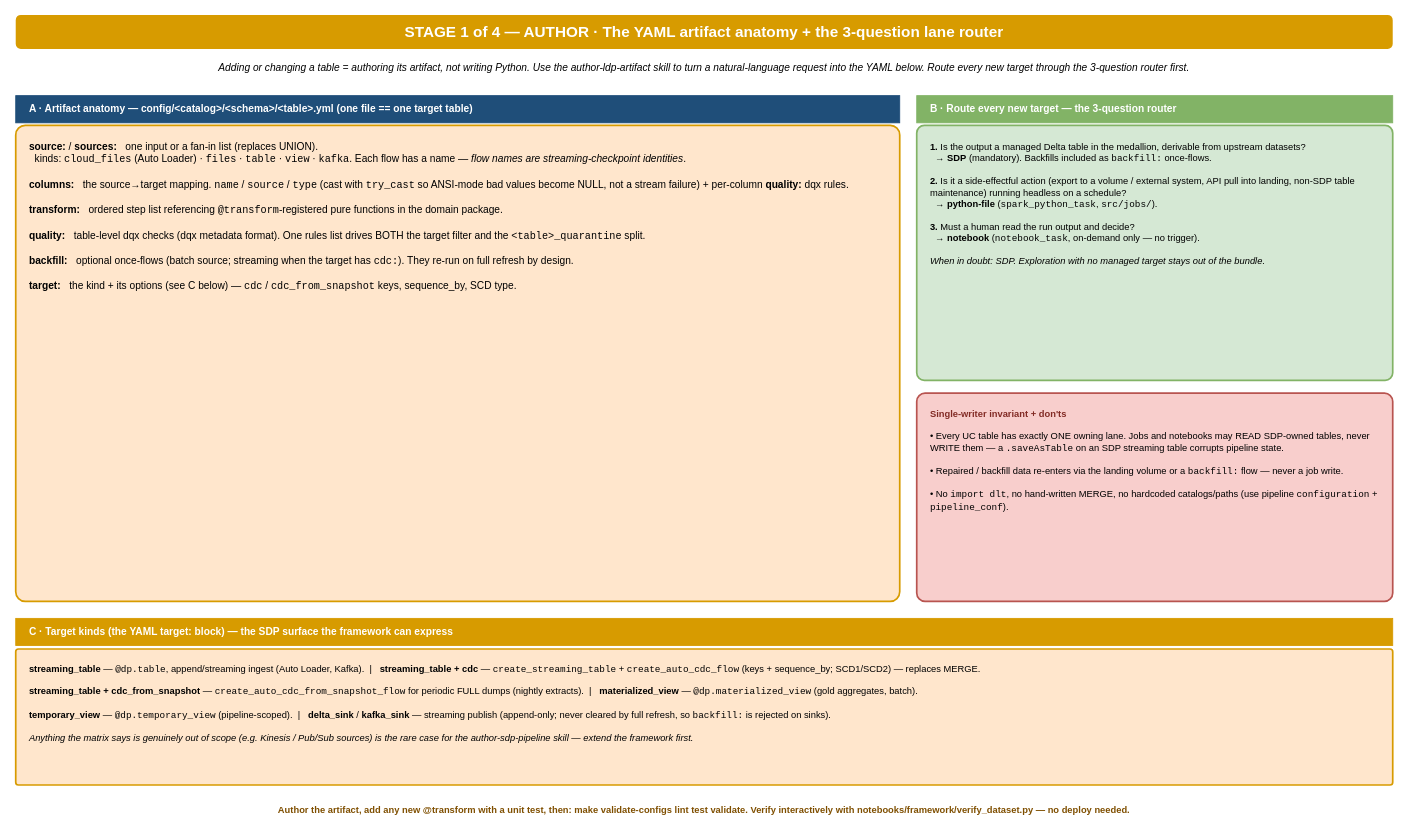
Before: page "2 - AUTHOR - Artifact + lane router" (2 of 5) of design/01_design_config_driven_medallion.drawio in Vegash09/Demo_Lab, a draw.io diagram. Source tidied: cells renumbered, new cells numbered last; positions are measured from the earlier drawing's top-left corner, leaving out a move shared by most shapes. Both pictures are drawn from the tidied source at 85%, with x=0, y=0 at pixel (15, 14).
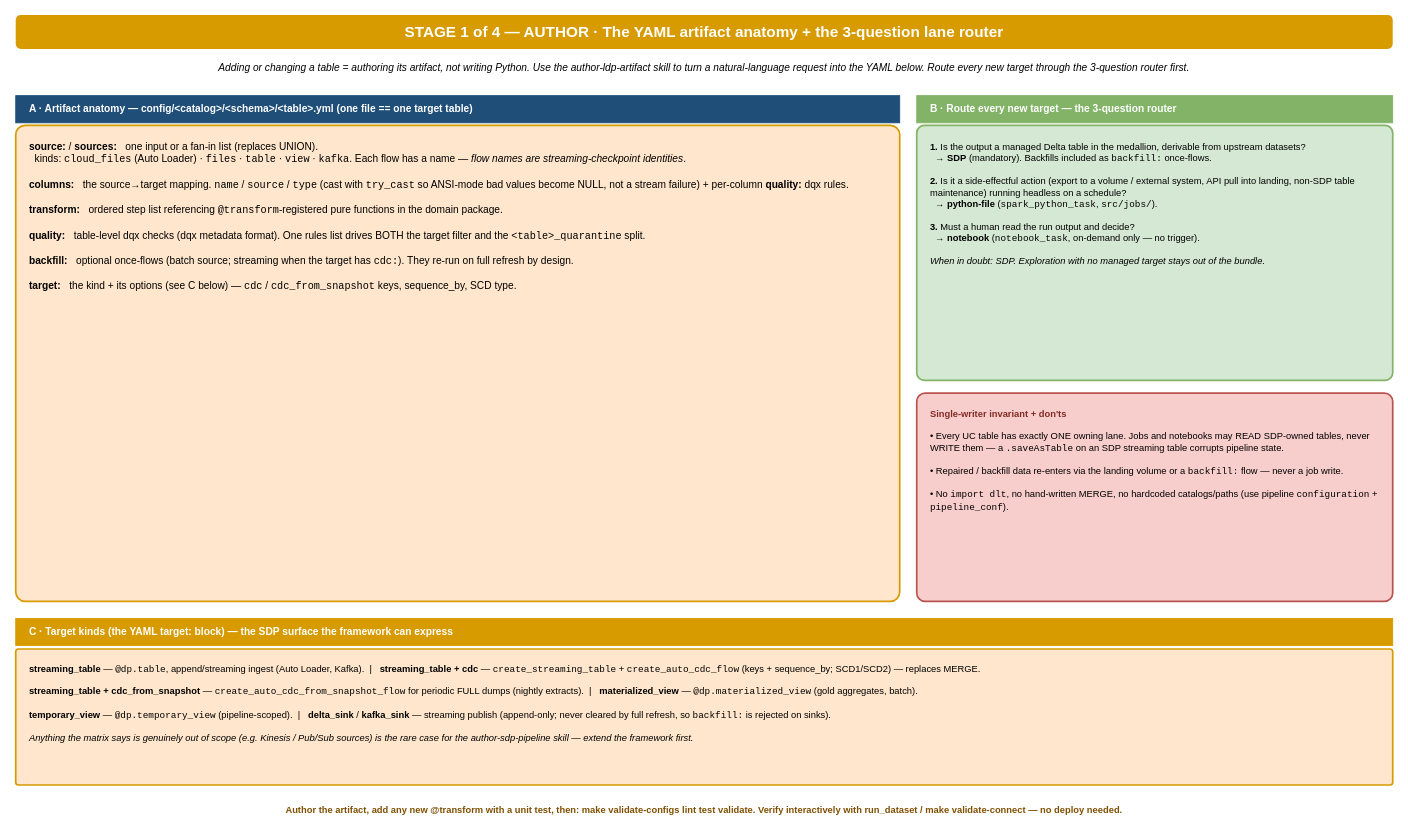
After the change.

Diff of the diagram source:
```diff
@@
 <mxGraphModel>
   <root>
     <mxCell id="0" />
     <mxCell id="1" parent="0" />
     <mxCell id="2" value="STAGE 1 of 4  —  AUTHOR  ·  The YAML artifact anatomy + the 3-question lane router" style="text;html=1;strokeColor=none;fillColor=#D79B00;fontColor=#FFFFFF;align=center;verticalAlign=middle;whiteSpace=wrap;rounded=1;fontSize=18;fontStyle=1;" parent="1" vertex="1">
       <mxGeometry width="1620" height="40" as="geometry" />
     </mxCell>
     <mxCell id="3" value="Adding or changing a table = authoring its artifact, not writing Python. Use the author-ldp-artifact skill to turn a natural-language request into the YAML below. Route every new target through the 3-question router first." style="text;html=1;align=center;verticalAlign=middle;whiteSpace=wrap;fontSize=12;fontStyle=2;" parent="1" vertex="1">
       <mxGeometry y="45" width="1620" height="34" as="geometry" />
     </mxCell>
     <mxCell id="4" value="A  ·  Artifact anatomy  —  config/&amp;lt;catalog&amp;gt;/&amp;lt;schema&amp;gt;/&amp;lt;table&amp;gt;.yml  (one file == one target table)" style="rounded=0;whiteSpace=wrap;html=1;fillColor=#1F4E79;strokeColor=#1F4E79;fontColor=#FFFFFF;align=left;verticalAlign=middle;spacingLeft=14;fontSize=12;fontStyle=1;" parent="1" vertex="1">
       <mxGeometry y="95" width="1040" height="32" as="geometry" />
     </mxCell>
     <mxCell id="5" value="&lt;b&gt;source:&lt;/b&gt; / &lt;b&gt;sources:&lt;/b&gt;&amp;nbsp;&amp;nbsp; one input or a fan-in list (replaces UNION).&lt;br&gt;&amp;nbsp;&amp;nbsp;kinds: &lt;tt&gt;cloud_files&lt;/tt&gt; (Auto Loader) · &lt;tt&gt;files&lt;/tt&gt; · &lt;tt&gt;table&lt;/tt&gt; · &lt;tt&gt;view&lt;/tt&gt; · &lt;tt&gt;kafka&lt;/tt&gt;. Each flow has a name — &lt;i&gt;flow names are streaming-checkpoint identities&lt;/i&gt;.&lt;br&gt;&lt;br&gt;&lt;b&gt;columns:&lt;/b&gt;&amp;nbsp;&amp;nbsp; the source→target mapping. &lt;tt&gt;name&lt;/tt&gt; / &lt;tt&gt;source&lt;/tt&gt; / &lt;tt&gt;type&lt;/tt&gt; (cast with &lt;tt&gt;try_cast&lt;/tt&gt; so ANSI-mode bad values become NULL, not a stream failure) + per-column &lt;b&gt;quality:&lt;/b&gt; dqx rules.&lt;br&gt;&lt;br&gt;&lt;b&gt;transform:&lt;/b&gt;&amp;nbsp;&amp;nbsp; ordered step list referencing &lt;tt&gt;@transform&lt;/tt&gt;-registered pure functions in the domain package.&lt;br&gt;&lt;br&gt;&lt;b&gt;quality:&lt;/b&gt;&amp;nbsp;&amp;nbsp; table-level dqx checks (dqx metadata format). One rules list drives BOTH the target filter and the &lt;tt&gt;&amp;lt;table&amp;gt;_quarantine&lt;/tt&gt; split.&lt;br&gt;&lt;br&gt;&lt;b&gt;backfill:&lt;/b&gt;&amp;nbsp;&amp;nbsp; optional once-flows (batch source; streaming when the target has &lt;tt&gt;cdc:&lt;/tt&gt;). They re-run on full refresh by design.&lt;br&gt;&lt;br&gt;&lt;b&gt;target:&lt;/b&gt;&amp;nbsp;&amp;nbsp; the kind + its options (see C below) — &lt;tt&gt;cdc&lt;/tt&gt; / &lt;tt&gt;cdc_from_snapshot&lt;/tt&gt; keys, sequence_by, SCD type." style="rounded=1;whiteSpace=wrap;html=1;fillColor=#FFE6CC;strokeColor=#D79B00;strokeWidth=2;align=left;verticalAlign=top;spacingLeft=14;spacingTop=12;spacingRight=14;fontSize=12;arcSize=2;" parent="1" vertex="1">
       <mxGeometry y="130" width="1040" height="560" as="geometry" />
     </mxCell>
     <mxCell id="6" value="B  ·  Route every new target — the 3-question router" style="rounded=0;whiteSpace=wrap;html=1;fillColor=#82B366;strokeColor=#82B366;fontColor=#FFFFFF;align=left;verticalAlign=middle;spacingLeft=14;fontSize=12;fontStyle=1;" parent="1" vertex="1">
       <mxGeometry x="1060" y="95" width="560" height="32" as="geometry" />
     </mxCell>
     <mxCell id="7" value="&lt;b&gt;1.&lt;/b&gt; Is the output a managed Delta table in the medallion, derivable from upstream datasets?&lt;br&gt;&amp;nbsp;&amp;nbsp;→ &lt;b&gt;SDP&lt;/b&gt; (mandatory). Backfills included as &lt;tt&gt;backfill:&lt;/tt&gt; once-flows.&lt;br&gt;&lt;br&gt;&lt;b&gt;2.&lt;/b&gt; Is it a side-effectful action (export to a volume / external system, API pull into landing, non-SDP table maintenance) running headless on a schedule?&lt;br&gt;&amp;nbsp;&amp;nbsp;→ &lt;b&gt;python-file&lt;/b&gt; (&lt;tt&gt;spark_python_task&lt;/tt&gt;, &lt;tt&gt;src/jobs/&lt;/tt&gt;).&lt;br&gt;&lt;br&gt;&lt;b&gt;3.&lt;/b&gt; Must a human read the run output and decide?&lt;br&gt;&amp;nbsp;&amp;nbsp;→ &lt;b&gt;notebook&lt;/b&gt; (&lt;tt&gt;notebook_task&lt;/tt&gt;, on-demand only — no trigger).&lt;br&gt;&lt;br&gt;&lt;i&gt;When in doubt: SDP. Exploration with no managed target stays out of the bundle.&lt;/i&gt;" style="rounded=1;whiteSpace=wrap;html=1;fillColor=#D5E8D4;strokeColor=#82B366;strokeWidth=2;align=left;verticalAlign=top;spacingLeft=14;spacingTop=12;spacingRight=14;fontSize=11;arcSize=3;" parent="1" vertex="1">
       <mxGeometry x="1060" y="130" width="560" height="300" as="geometry" />
     </mxCell>
     <mxCell id="8" value="&lt;b style='color:#822B25;'&gt;Single-writer invariant + don'ts&lt;/b&gt;&lt;br&gt;&lt;br&gt;• Every UC table has exactly ONE owning lane. Jobs and notebooks may READ SDP-owned tables, never WRITE them — a &lt;tt&gt;.saveAsTable&lt;/tt&gt; on an SDP streaming table corrupts pipeline state.&lt;br&gt;&lt;br&gt;• Repaired / backfill data re-enters via the landing volume or a &lt;tt&gt;backfill:&lt;/tt&gt; flow — never a job write.&lt;br&gt;&lt;br&gt;• No &lt;tt&gt;import dlt&lt;/tt&gt;, no hand-written MERGE, no hardcoded catalogs/paths (use pipeline &lt;tt&gt;configuration&lt;/tt&gt; + &lt;tt&gt;pipeline_conf&lt;/tt&gt;)." style="rounded=1;whiteSpace=wrap;html=1;fillColor=#F8CECC;strokeColor=#B85450;strokeWidth=2;align=left;verticalAlign=top;spacingLeft=14;spacingTop=12;spacingRight=14;fontSize=11;arcSize=4;" parent="1" vertex="1">
       <mxGeometry x="1060" y="445" width="560" height="245" as="geometry" />
     </mxCell>
     <mxCell id="9" value="C  ·  Target kinds (the YAML target: block) — the SDP surface the framework can express" style="rounded=0;whiteSpace=wrap;html=1;fillColor=#D79B00;strokeColor=#D79B00;fontColor=#FFFFFF;align=left;verticalAlign=middle;spacingLeft=14;fontSize=12;fontStyle=1;" parent="1" vertex="1">
       <mxGeometry y="710" width="1620" height="32" as="geometry" />
     </mxCell>
     <mxCell id="10" value="&lt;b&gt;streaming_table&lt;/b&gt; — &lt;tt&gt;@dp.table&lt;/tt&gt;, append/streaming ingest (Auto Loader, Kafka).&amp;nbsp;&amp;nbsp;|&amp;nbsp;&amp;nbsp; &lt;b&gt;streaming_table + cdc&lt;/b&gt; — &lt;tt&gt;create_streaming_table&lt;/tt&gt; + &lt;tt&gt;create_auto_cdc_flow&lt;/tt&gt; (keys + sequence_by; SCD1/SCD2) — replaces MERGE.&lt;br&gt;&lt;br&gt;&lt;b&gt;streaming_table + cdc_from_snapshot&lt;/b&gt; — &lt;tt&gt;create_auto_cdc_from_snapshot_flow&lt;/tt&gt; for periodic FULL dumps (nightly extracts).&amp;nbsp;&amp;nbsp;|&amp;nbsp;&amp;nbsp; &lt;b&gt;materialized_view&lt;/b&gt; — &lt;tt&gt;@dp.materialized_view&lt;/tt&gt; (gold aggregates, batch).&lt;br&gt;&lt;br&gt;&lt;b&gt;temporary_view&lt;/b&gt; — &lt;tt&gt;@dp.temporary_view&lt;/tt&gt; (pipeline-scoped).&amp;nbsp;&amp;nbsp;|&amp;nbsp;&amp;nbsp; &lt;b&gt;delta_sink&lt;/b&gt; / &lt;b&gt;kafka_sink&lt;/b&gt; — streaming publish (append-only; never cleared by full refresh, so &lt;tt&gt;backfill:&lt;/tt&gt; is rejected on sinks).&lt;br&gt;&lt;br&gt;&lt;i&gt;Anything the matrix says is genuinely out of scope (e.g. Kinesis / Pub/Sub sources) is the rare case for the author-sdp-pipeline skill — extend the framework first.&lt;/i&gt;" style="rounded=1;whiteSpace=wrap;html=1;fillColor=#FFE6CC;strokeColor=#D79B00;strokeWidth=2;align=left;verticalAlign=top;spacingLeft=14;spacingTop=10;spacingRight=14;fontSize=11;arcSize=2;" parent="1" vertex="1">
       <mxGeometry y="746" width="1620" height="160" as="geometry" />
     </mxCell>
-    <mxCell id="11" value="Author the artifact, add any new @transform with a unit test, then: make validate-configs lint test validate. Verify interactively with notebooks/framework/verify_dataset.py — no deploy needed." style="text;html=1;align=center;verticalAlign=middle;whiteSpace=wrap;fontSize=11;fontStyle=1;fontColor=#7F4F00;" parent="1" vertex="1">
+    <mxCell id="11" value="Author the artifact, add any new @transform with a unit test, then: make validate-configs lint test validate. Verify interactively with run_dataset / make validate-connect — no deploy needed." style="text;html=1;align=center;verticalAlign=middle;whiteSpace=wrap;fontSize=11;fontStyle=1;fontColor=#7F4F00;" parent="1" vertex="1">
       <mxGeometry y="920" width="1620" height="30" as="geometry" />
     </mxCell>
   </root>
 </mxGraphModel>
```
